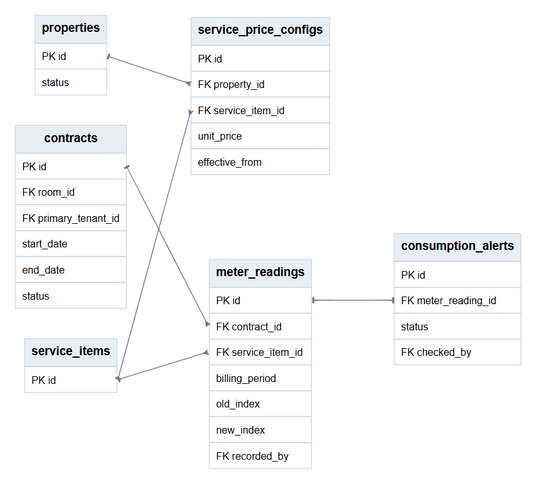
Above: docs/diagrams/erd-dien-nuoc.png in hieunofun/quanlytro (Graphviz), before the change. Its source is kept beside it as docs/diagrams/erd-dien-nuoc.dot. The source it was exported from:
```dot
digraph ERD {
graph [rankdir=LR, bgcolor="white", pad="0.25", nodesep="0.5", ranksep="1.05", splines=polyline, fontname="Arial"];
node [shape=plain, fontname="Arial"];
edge [fontname="Arial", fontsize=10, color="#6B7280", arrowsize=0.6];
properties [label=<<TABLE BORDER="0" CELLBORDER="1" CELLSPACING="0" CELLPADDING="7" COLOR="#CBD5E1"><TR><TD BGCOLOR="#E9EEF3"><B>properties</B></TD></TR><TR><TD PORT="id" ALIGN="LEFT"><FONT POINT-SIZE="12">PK id</FONT></TD></TR><TR><TD PORT="status" ALIGN="LEFT"><FONT POINT-SIZE="12">status</FONT></TD></TR></TABLE>>];
service_items [label=<<TABLE BORDER="0" CELLBORDER="1" CELLSPACING="0" CELLPADDING="7" COLOR="#CBD5E1"><TR><TD BGCOLOR="#E9EEF3"><B>service_items</B></TD></TR><TR><TD PORT="id" ALIGN="LEFT"><FONT POINT-SIZE="12">PK id</FONT></TD></TR></TABLE>>];
service_price_configs [label=<<TABLE BORDER="0" CELLBORDER="1" CELLSPACING="0" CELLPADDING="7" COLOR="#CBD5E1"><TR><TD BGCOLOR="#E9EEF3"><B>service_price_configs</B></TD></TR><TR><TD PORT="id" ALIGN="LEFT"><FONT POINT-SIZE="12">PK id</FONT></TD></TR><TR><TD PORT="property_id" ALIGN="LEFT"><FONT POINT-SIZE="12">FK property_id</FONT></TD></TR><TR><TD PORT="service_item_id" ALIGN="LEFT"><FONT POINT-SIZE="12">FK service_item_id</FONT></TD></TR><TR><TD PORT="unit_price" ALIGN="LEFT"><FONT POINT-SIZE="12">unit_price</FONT></TD></TR><TR><TD PORT="effective_from" ALIGN="LEFT"><FONT POINT-SIZE="12">effective_from</FONT></TD></TR></TABLE>>];
contracts [label=<<TABLE BORDER="0" CELLBORDER="1" CELLSPACING="0" CELLPADDING="7" COLOR="#CBD5E1"><TR><TD BGCOLOR="#E9EEF3"><B>contracts</B></TD></TR><TR><TD PORT="id" ALIGN="LEFT"><FONT POINT-SIZE="12">PK id</FONT></TD></TR><TR><TD PORT="room_id" ALIGN="LEFT"><FONT POINT-SIZE="12">FK room_id</FONT></TD></TR><TR><TD PORT="primary_tenant_id" ALIGN="LEFT"><FONT POINT-SIZE="12">FK primary_tenant_id</FONT></TD></TR><TR><TD PORT="start_date" ALIGN="LEFT"><FONT POINT-SIZE="12">start_date</FONT></TD></TR><TR><TD PORT="end_date" ALIGN="LEFT"><FONT POINT-SIZE="12">end_date</FONT></TD></TR><TR><TD PORT="status" ALIGN="LEFT"><FONT POINT-SIZE="12">status</FONT></TD></TR></TABLE>>];
meter_readings [label=<<TABLE BORDER="0" CELLBORDER="1" CELLSPACING="0" CELLPADDING="7" COLOR="#CBD5E1"><TR><TD BGCOLOR="#E9EEF3"><B>meter_readings</B></TD></TR><TR><TD PORT="id" ALIGN="LEFT"><FONT POINT-SIZE="12">PK id</FONT></TD></TR><TR><TD PORT="contract_id" ALIGN="LEFT"><FONT POINT-SIZE="12">FK contract_id</FONT></TD></TR><TR><TD PORT="service_item_id" ALIGN="LEFT"><FONT POINT-SIZE="12">FK service_item_id</FONT></TD></TR><TR><TD PORT="billing_period" ALIGN="LEFT"><FONT POINT-SIZE="12">billing_period</FONT></TD></TR><TR><TD PORT="old_index" ALIGN="LEFT"><FONT POINT-SIZE="12">old_index</FONT></TD></TR><TR><TD PORT="new_index" ALIGN="LEFT"><FONT POINT-SIZE="12">new_index</FONT></TD></TR><TR><TD PORT="recorded_by" ALIGN="LEFT"><FONT POINT-SIZE="12">FK recorded_by</FONT></TD></TR></TABLE>>];
consumption_alerts [label=<<TABLE BORDER="0" CELLBORDER="1" CELLSPACING="0" CELLPADDING="7" COLOR="#CBD5E1"><TR><TD BGCOLOR="#E9EEF3"><B>consumption_alerts</B></TD></TR><TR><TD PORT="id" ALIGN="LEFT"><FONT POINT-SIZE="12">PK id</FONT></TD></TR><TR><TD PORT="meter_reading_id" ALIGN="LEFT"><FONT POINT-SIZE="12">FK meter_reading_id</FONT></TD></TR><TR><TD PORT="status" ALIGN="LEFT"><FONT POINT-SIZE="12">status</FONT></TD></TR><TR><TD PORT="checked_by" ALIGN="LEFT"><FONT POINT-SIZE="12">FK checked_by</FONT></TD></TR></TABLE>>];
meter_readings:id -> consumption_alerts:meter_reading_id [dir=both, arrowtail=tee, arrowhead=tee];
contracts:id -> meter_readings:contract_id [dir=both, arrowtail=tee, arrowhead=crow];
service_items:id -> meter_readings:service_item_id [dir=both, arrowtail=tee, arrowhead=crow];
properties:id -> service_price_configs:property_id [dir=both, arrowtail=tee, arrowhead=crow];
service_items:id -> service_price_configs:service_item_id [dir=both, arrowtail=tee, arrowhead=crow];
}
```
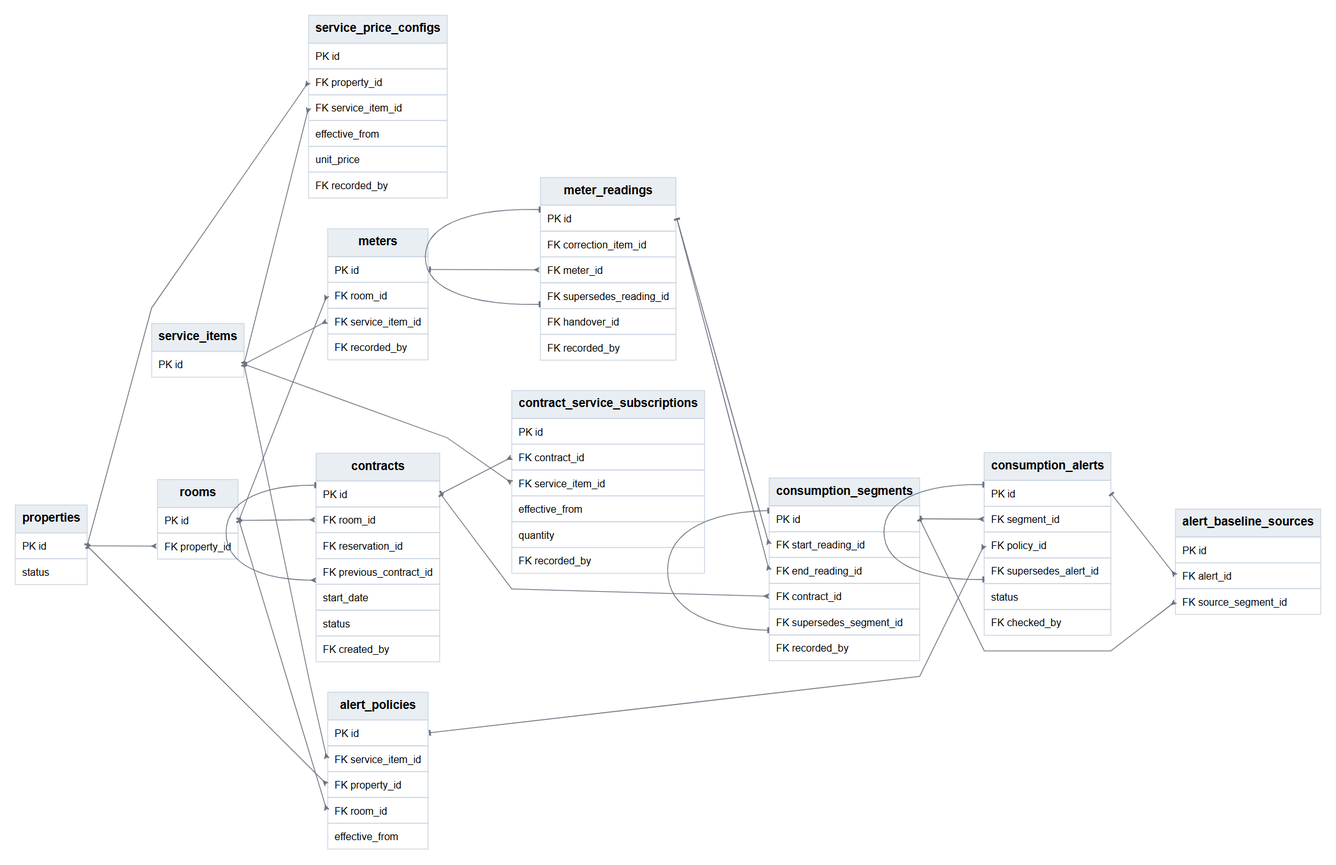
After the commit.

Diff of the diagram source:
```diff
@@ -3,14 +3,38 @@
 node [shape=plain, fontname="Arial"];
 edge [fontname="Arial", fontsize=10, color="#6B7280", arrowsize=0.6];
 properties [label=<<TABLE BORDER="0" CELLBORDER="1" CELLSPACING="0" CELLPADDING="7" COLOR="#CBD5E1"><TR><TD BGCOLOR="#E9EEF3"><B>properties</B></TD></TR><TR><TD PORT="id" ALIGN="LEFT"><FONT POINT-SIZE="12">PK id</FONT></TD></TR><TR><TD PORT="status" ALIGN="LEFT"><FONT POINT-SIZE="12">status</FONT></TD></TR></TABLE>>];
+rooms [label=<<TABLE BORDER="0" CELLBORDER="1" CELLSPACING="0" CELLPADDING="7" COLOR="#CBD5E1"><TR><TD BGCOLOR="#E9EEF3"><B>rooms</B></TD></TR><TR><TD PORT="id" ALIGN="LEFT"><FONT POINT-SIZE="12">PK id</FONT></TD></TR><TR><TD PORT="property_id" ALIGN="LEFT"><FONT POINT-SIZE="12">FK property_id</FONT></TD></TR></TABLE>>];
+contracts [label=<<TABLE BORDER="0" CELLBORDER="1" CELLSPACING="0" CELLPADDING="7" COLOR="#CBD5E1"><TR><TD BGCOLOR="#E9EEF3"><B>contracts</B></TD></TR><TR><TD PORT="id" ALIGN="LEFT"><FONT POINT-SIZE="12">PK id</FONT></TD></TR><TR><TD PORT="room_id" ALIGN="LEFT"><FONT POINT-SIZE="12">FK room_id</FONT></TD></TR><TR><TD PORT="reservation_id" ALIGN="LEFT"><FONT POINT-SIZE="12">FK reservation_id</FONT></TD></TR><TR><TD PORT="previous_contract_id" ALIGN="LEFT"><FONT POINT-SIZE="12">FK previous_contract_id</FONT></TD></TR><TR><TD PORT="start_date" ALIGN="LEFT"><FONT POINT-SIZE="12">start_date</FONT></TD></TR><TR><TD PORT="status" ALIGN="LEFT"><FONT POINT-SIZE="12">status</FONT></TD></TR><TR><TD PORT="created_by" ALIGN="LEFT"><FONT POINT-SIZE="12">FK created_by</FONT></TD></TR></TABLE>>];
 service_items [label=<<TABLE BORDER="0" CELLBORDER="1" CELLSPACING="0" CELLPADDING="7" COLOR="#CBD5E1"><TR><TD BGCOLOR="#E9EEF3"><B>service_items</B></TD></TR><TR><TD PORT="id" ALIGN="LEFT"><FONT POINT-SIZE="12">PK id</FONT></TD></TR></TABLE>>];
-service_price_configs [label=<<TABLE BORDER="0" CELLBORDER="1" CELLSPACING="0" CELLPADDING="7" COLOR="#CBD5E1"><TR><TD BGCOLOR="#E9EEF3"><B>service_price_configs</B></TD></TR><TR><TD PORT="id" ALIGN="LEFT"><FONT POINT-SIZE="12">PK id</FONT></TD></TR><TR><TD PORT="property_id" ALIGN="LEFT"><FONT POINT-SIZE="12">FK property_id</FONT></TD></TR><TR><TD PORT="service_item_id" ALIGN="LEFT"><FONT POINT-SIZE="12">FK service_item_id</FONT></TD></TR><TR><TD PORT="unit_price" ALIGN="LEFT"><FONT POINT-SIZE="12">unit_price</FONT></TD></TR><TR><TD PORT="effective_from" ALIGN="LEFT"><FONT POINT-SIZE="12">effective_from</FONT></TD></TR></TABLE>>];
-contracts [label=<<TABLE BORDER="0" CELLBORDER="1" CELLSPACING="0" CELLPADDING="7" COLOR="#CBD5E1"><TR><TD BGCOLOR="#E9EEF3"><B>contracts</B></TD></TR><TR><TD PORT="id" ALIGN="LEFT"><FONT POINT-SIZE="12">PK id</FONT></TD></TR><TR><TD PORT="room_id" ALIGN="LEFT"><FONT POINT-SIZE="12">FK room_id</FONT></TD></TR><TR><TD PORT="primary_tenant_id" ALIGN="LEFT"><FONT POINT-SIZE="12">FK primary_tenant_id</FONT></TD></TR><TR><TD PORT="start_date" ALIGN="LEFT"><FONT POINT-SIZE="12">start_date</FONT></TD></TR><TR><TD PORT="end_date" ALIGN="LEFT"><FONT POINT-SIZE="12">end_date</FONT></TD></TR><TR><TD PORT="status" ALIGN="LEFT"><FONT POINT-SIZE="12">status</FONT></TD></TR></TABLE>>];
-meter_readings [label=<<TABLE BORDER="0" CELLBORDER="1" CELLSPACING="0" CELLPADDING="7" COLOR="#CBD5E1"><TR><TD BGCOLOR="#E9EEF3"><B>meter_readings</B></TD></TR><TR><TD PORT="id" ALIGN="LEFT"><FONT POINT-SIZE="12">PK id</FONT></TD></TR><TR><TD PORT="contract_id" ALIGN="LEFT"><FONT POINT-SIZE="12">FK contract_id</FONT></TD></TR><TR><TD PORT="service_item_id" ALIGN="LEFT"><FONT POINT-SIZE="12">FK service_item_id</FONT></TD></TR><TR><TD PORT="billing_period" ALIGN="LEFT"><FONT POINT-SIZE="12">billing_period</FONT></TD></TR><TR><TD PORT="old_index" ALIGN="LEFT"><FONT POINT-SIZE="12">old_index</FONT></TD></TR><TR><TD PORT="new_index" ALIGN="LEFT"><FONT POINT-SIZE="12">new_index</FONT></TD></TR><TR><TD PORT="recorded_by" ALIGN="LEFT"><FONT POINT-SIZE="12">FK recorded_by</FONT></TD></TR></TABLE>>];
-consumption_alerts [label=<<TABLE BORDER="0" CELLBORDER="1" CELLSPACING="0" CELLPADDING="7" COLOR="#CBD5E1"><TR><TD BGCOLOR="#E9EEF3"><B>consumption_alerts</B></TD></TR><TR><TD PORT="id" ALIGN="LEFT"><FONT POINT-SIZE="12">PK id</FONT></TD></TR><TR><TD PORT="meter_reading_id" ALIGN="LEFT"><FONT POINT-SIZE="12">FK meter_reading_id</FONT></TD></TR><TR><TD PORT="status" ALIGN="LEFT"><FONT POINT-SIZE="12">status</FONT></TD></TR><TR><TD PORT="checked_by" ALIGN="LEFT"><FONT POINT-SIZE="12">FK checked_by</FONT></TD></TR></TABLE>>];
-meter_readings:id -> consumption_alerts:meter_reading_id [dir=both, arrowtail=tee, arrowhead=tee];
-contracts:id -> meter_readings:contract_id [dir=both, arrowtail=tee, arrowhead=crow];
-service_items:id -> meter_readings:service_item_id [dir=both, arrowtail=tee, arrowhead=crow];
+service_price_configs [label=<<TABLE BORDER="0" CELLBORDER="1" CELLSPACING="0" CELLPADDING="7" COLOR="#CBD5E1"><TR><TD BGCOLOR="#E9EEF3"><B>service_price_configs</B></TD></TR><TR><TD PORT="id" ALIGN="LEFT"><FONT POINT-SIZE="12">PK id</FONT></TD></TR><TR><TD PORT="property_id" ALIGN="LEFT"><FONT POINT-SIZE="12">FK property_id</FONT></TD></TR><TR><TD PORT="service_item_id" ALIGN="LEFT"><FONT POINT-SIZE="12">FK service_item_id</FONT></TD></TR><TR><TD PORT="effective_from" ALIGN="LEFT"><FONT POINT-SIZE="12">effective_from</FONT></TD></TR><TR><TD PORT="unit_price" ALIGN="LEFT"><FONT POINT-SIZE="12">unit_price</FONT></TD></TR><TR><TD PORT="recorded_by" ALIGN="LEFT"><FONT POINT-SIZE="12">FK recorded_by</FONT></TD></TR></TABLE>>];
+contract_service_subscriptions [label=<<TABLE BORDER="0" CELLBORDER="1" CELLSPACING="0" CELLPADDING="7" COLOR="#CBD5E1"><TR><TD BGCOLOR="#E9EEF3"><B>contract_service_subscriptions</B></TD></TR><TR><TD PORT="id" ALIGN="LEFT"><FONT POINT-SIZE="12">PK id</FONT></TD></TR><TR><TD PORT="contract_id" ALIGN="LEFT"><FONT POINT-SIZE="12">FK contract_id</FONT></TD></TR><TR><TD PORT="service_item_id" ALIGN="LEFT"><FONT POINT-SIZE="12">FK service_item_id</FONT></TD></TR><TR><TD PORT="effective_from" ALIGN="LEFT"><FONT POINT-SIZE="12">effective_from</FONT></TD></TR><TR><TD PORT="quantity" ALIGN="LEFT"><FONT POINT-SIZE="12">quantity</FONT></TD></TR><TR><TD PORT="recorded_by" ALIGN="LEFT"><FONT POINT-SIZE="12">FK recorded_by</FONT></TD></TR></TABLE>>];
+meters [label=<<TABLE BORDER="0" CELLBORDER="1" CELLSPACING="0" CELLPADDING="7" COLOR="#CBD5E1"><TR><TD BGCOLOR="#E9EEF3"><B>meters</B></TD></TR><TR><TD PORT="id" ALIGN="LEFT"><FONT POINT-SIZE="12">PK id</FONT></TD></TR><TR><TD PORT="room_id" ALIGN="LEFT"><FONT POINT-SIZE="12">FK room_id</FONT></TD></TR><TR><TD PORT="service_item_id" ALIGN="LEFT"><FONT POINT-SIZE="12">FK service_item_id</FONT></TD></TR><TR><TD PORT="recorded_by" ALIGN="LEFT"><FONT POINT-SIZE="12">FK recorded_by</FONT></TD></TR></TABLE>>];
+meter_readings [label=<<TABLE BORDER="0" CELLBORDER="1" CELLSPACING="0" CELLPADDING="7" COLOR="#CBD5E1"><TR><TD BGCOLOR="#E9EEF3"><B>meter_readings</B></TD></TR><TR><TD PORT="id" ALIGN="LEFT"><FONT POINT-SIZE="12">PK id</FONT></TD></TR><TR><TD PORT="correction_item_id" ALIGN="LEFT"><FONT POINT-SIZE="12">FK correction_item_id</FONT></TD></TR><TR><TD PORT="meter_id" ALIGN="LEFT"><FONT POINT-SIZE="12">FK meter_id</FONT></TD></TR><TR><TD PORT="supersedes_reading_id" ALIGN="LEFT"><FONT POINT-SIZE="12">FK supersedes_reading_id</FONT></TD></TR><TR><TD PORT="handover_id" ALIGN="LEFT"><FONT POINT-SIZE="12">FK handover_id</FONT></TD></TR><TR><TD PORT="recorded_by" ALIGN="LEFT"><FONT POINT-SIZE="12">FK recorded_by</FONT></TD></TR></TABLE>>];
+consumption_segments [label=<<TABLE BORDER="0" CELLBORDER="1" CELLSPACING="0" CELLPADDING="7" COLOR="#CBD5E1"><TR><TD BGCOLOR="#E9EEF3"><B>consumption_segments</B></TD></TR><TR><TD PORT="id" ALIGN="LEFT"><FONT POINT-SIZE="12">PK id</FONT></TD></TR><TR><TD PORT="start_reading_id" ALIGN="LEFT"><FONT POINT-SIZE="12">FK start_reading_id</FONT></TD></TR><TR><TD PORT="end_reading_id" ALIGN="LEFT"><FONT POINT-SIZE="12">FK end_reading_id</FONT></TD></TR><TR><TD PORT="contract_id" ALIGN="LEFT"><FONT POINT-SIZE="12">FK contract_id</FONT></TD></TR><TR><TD PORT="supersedes_segment_id" ALIGN="LEFT"><FONT POINT-SIZE="12">FK supersedes_segment_id</FONT></TD></TR><TR><TD PORT="recorded_by" ALIGN="LEFT"><FONT POINT-SIZE="12">FK recorded_by</FONT></TD></TR></TABLE>>];
+alert_policies [label=<<TABLE BORDER="0" CELLBORDER="1" CELLSPACING="0" CELLPADDING="7" COLOR="#CBD5E1"><TR><TD BGCOLOR="#E9EEF3"><B>alert_policies</B></TD></TR><TR><TD PORT="id" ALIGN="LEFT"><FONT POINT-SIZE="12">PK id</FONT></TD></TR><TR><TD PORT="service_item_id" ALIGN="LEFT"><FONT POINT-SIZE="12">FK service_item_id</FONT></TD></TR><TR><TD PORT="property_id" ALIGN="LEFT"><FONT POINT-SIZE="12">FK property_id</FONT></TD></TR><TR><TD PORT="room_id" ALIGN="LEFT"><FONT POINT-SIZE="12">FK room_id</FONT></TD></TR><TR><TD PORT="effective_from" ALIGN="LEFT"><FONT POINT-SIZE="12">effective_from</FONT></TD></TR></TABLE>>];
+consumption_alerts [label=<<TABLE BORDER="0" CELLBORDER="1" CELLSPACING="0" CELLPADDING="7" COLOR="#CBD5E1"><TR><TD BGCOLOR="#E9EEF3"><B>consumption_alerts</B></TD></TR><TR><TD PORT="id" ALIGN="LEFT"><FONT POINT-SIZE="12">PK id</FONT></TD></TR><TR><TD PORT="segment_id" ALIGN="LEFT"><FONT POINT-SIZE="12">FK segment_id</FONT></TD></TR><TR><TD PORT="policy_id" ALIGN="LEFT"><FONT POINT-SIZE="12">FK policy_id</FONT></TD></TR><TR><TD PORT="supersedes_alert_id" ALIGN="LEFT"><FONT POINT-SIZE="12">FK supersedes_alert_id</FONT></TD></TR><TR><TD PORT="status" ALIGN="LEFT"><FONT POINT-SIZE="12">status</FONT></TD></TR><TR><TD PORT="checked_by" ALIGN="LEFT"><FONT POINT-SIZE="12">FK checked_by</FONT></TD></TR></TABLE>>];
+alert_baseline_sources [label=<<TABLE BORDER="0" CELLBORDER="1" CELLSPACING="0" CELLPADDING="7" COLOR="#CBD5E1"><TR><TD BGCOLOR="#E9EEF3"><B>alert_baseline_sources</B></TD></TR><TR><TD PORT="id" ALIGN="LEFT"><FONT POINT-SIZE="12">PK id</FONT></TD></TR><TR><TD PORT="alert_id" ALIGN="LEFT"><FONT POINT-SIZE="12">FK alert_id</FONT></TD></TR><TR><TD PORT="source_segment_id" ALIGN="LEFT"><FONT POINT-SIZE="12">FK source_segment_id</FONT></TD></TR></TABLE>>];
+consumption_alerts:id -> alert_baseline_sources:alert_id [dir=both, arrowtail=tee, arrowhead=crow];
+consumption_segments:id -> alert_baseline_sources:source_segment_id [dir=both, arrowtail=tee, arrowhead=crow];
+properties:id -> alert_policies:property_id [dir=both, arrowtail=tee, arrowhead=crow];
+rooms:id -> alert_policies:room_id [dir=both, arrowtail=tee, arrowhead=crow];
+service_items:id -> alert_policies:service_item_id [dir=both, arrowtail=tee, arrowhead=crow];
+alert_policies:id -> consumption_alerts:policy_id [dir=both, arrowtail=tee, arrowhead=crow];
+consumption_segments:id -> consumption_alerts:segment_id [dir=both, arrowtail=tee, arrowhead=crow];
+consumption_alerts:id -> consumption_alerts:supersedes_alert_id [dir=both, arrowtail=tee, arrowhead=tee];
+contracts:id -> consumption_segments:contract_id [dir=both, arrowtail=tee, arrowhead=crow];
+meter_readings:id -> consumption_segments:end_reading_id [dir=both, arrowtail=tee, arrowhead=crow];
+meter_readings:id -> consumption_segments:start_reading_id [dir=both, arrowtail=tee, arrowhead=crow];
+consumption_segments:id -> consumption_segments:supersedes_segment_id [dir=both, arrowtail=tee, arrowhead=tee];
+contracts:id -> contract_service_subscriptions:contract_id [dir=both, arrowtail=tee, arrowhead=crow];
+service_items:id -> contract_service_subscriptions:service_item_id [dir=both, arrowtail=tee, arrowhead=crow];
+contracts:id -> contracts:previous_contract_id [dir=both, arrowtail=tee, arrowhead=crow];
+rooms:id -> contracts:room_id [dir=both, arrowtail=tee, arrowhead=crow];
+meters:id -> meter_readings:meter_id [dir=both, arrowtail=tee, arrowhead=crow];
+meter_readings:id -> meter_readings:supersedes_reading_id [dir=both, arrowtail=tee, arrowhead=tee];
+rooms:id -> meters:room_id [dir=both, arrowtail=tee, arrowhead=crow];
+service_items:id -> meters:service_item_id [dir=both, arrowtail=tee, arrowhead=crow];
+properties:id -> rooms:property_id [dir=both, arrowtail=tee, arrowhead=crow];
 properties:id -> service_price_configs:property_id [dir=both, arrowtail=tee, arrowhead=crow];
 service_items:id -> service_price_configs:service_item_id [dir=both, arrowtail=tee, arrowhead=crow];
 }
```
